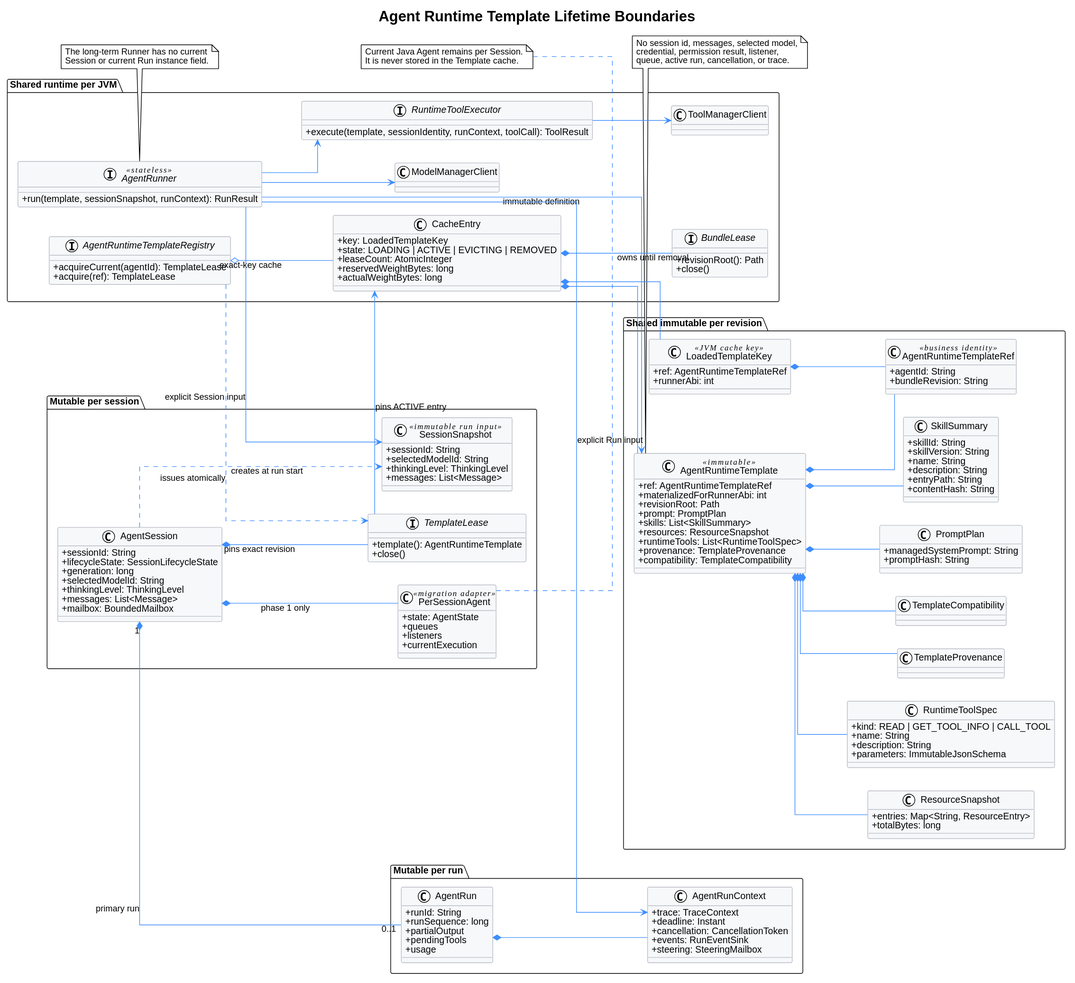
Above: agent-runtime-template/agent_runtime_template_lifetimes.svg in superheromeZzh/pi-mono-java-design (PlantUML), before the change. Its diagram source:
```plantuml
@startuml
!theme plain
left to right direction
skinparam backgroundColor white
skinparam defaultFontName Helvetica
skinparam shadowing false
skinparam linetype ortho
skinparam ArrowColor #3D8DFF
skinparam classBorderColor #B8BCC4
skinparam classBackgroundColor #F7F8FA
skinparam interfaceBorderColor #B8BCC4
skinparam interfaceBackgroundColor #EAF5FB
skinparam classAttributeIconSize 0

title Agent Runtime Template Lifetime Boundaries

package "Shared immutable per revision" as SharedTemplate {
  class AgentRuntimeTemplate <<immutable>> {
    +ref: AgentRuntimeTemplateRef
    +materializedForRunnerAbi: int
    +revisionRoot: Path
    +prompt: PromptPlan
    +skills: List<SkillSummary>
    +resources: ResourceSnapshot
    +runtimeTools: List<RuntimeToolSpec>
    +provenance: TemplateProvenance
    +compatibility: TemplateCompatibility
  }

  class AgentRuntimeTemplateRef <<business identity>> {
    +agentId: String
    +bundleRevision: String
  }

  class LoadedTemplateKey <<JVM cache key>> {
    +ref: AgentRuntimeTemplateRef
    +runnerAbi: int
  }

  class PromptPlan {
    +managedSystemPrompt: String
    +promptHash: String
  }

  class SkillSummary {
    +skillId: String
    +skillVersion: String
    +name: String
    +description: String
    +entryPath: String
    +contentHash: String
  }

  class ResourceSnapshot {
    +entries: Map<String, ResourceEntry>
    +totalBytes: long
  }

  class RuntimeToolSpec {
    +kind: READ | GET_TOOL_INFO | CALL_TOOL
    +name: String
    +description: String
    +parameters: ImmutableJsonSchema
  }

  class TemplateProvenance
  class TemplateCompatibility
}

package "Shared runtime per JVM" as SharedRuntime {
  interface AgentRuntimeTemplateRegistry {
    +acquireCurrent(agentId): TemplateLease
    +acquire(ref): TemplateLease
  }

  class CacheEntry {
    +key: LoadedTemplateKey
    +state: LOADING | ACTIVE | EVICTING | REMOVED
    +leaseCount: AtomicInteger
    +reservedWeightBytes: long
    +actualWeightBytes: long
  }

  interface BundleLease {
    +revisionRoot(): Path
    +close()
  }

  interface AgentRunner <<stateless>> {
    +run(template, sessionSnapshot, runContext): RunResult
  }

  interface RuntimeToolExecutor {
    +execute(template, sessionIdentity, runContext, toolCall): ToolResult
  }

  class ModelManagerClient
  class ToolManagerClient
}

package "Mutable per session" as SessionScope {
  class AgentSession {
    +sessionId: String
    +lifecycleState: SessionLifecycleState
    +generation: long
    +selectedModelId: String
    +thinkingLevel: ThinkingLevel
    +messages: List<Message>
    +mailbox: BoundedMailbox
  }

  class SessionSnapshot <<immutable run input>> {
    +sessionId: String
    +selectedModelId: String
    +thinkingLevel: ThinkingLevel
    +messages: List<Message>
  }

  interface TemplateLease {
    +template(): AgentRuntimeTemplate
    +close()
  }

  class PerSessionAgent <<migration adapter>> {
    +state: AgentState
    +queues
    +listeners
    +currentExecution
  }
}

package "Mutable per run" as RunScope {
  class AgentRun {
    +runId: String
    +runSequence: long
    +partialOutput
    +pendingTools
    +usage
  }

  class AgentRunContext {
    +trace: TraceContext
    +deadline: Instant
    +cancellation: CancellationToken
    +events: RunEventSink
    +steering: SteeringMailbox
  }
}

AgentRuntimeTemplate *-- AgentRuntimeTemplateRef
LoadedTemplateKey *-- AgentRuntimeTemplateRef
AgentRuntimeTemplate *-- PromptPlan
AgentRuntimeTemplate *-- SkillSummary
AgentRuntimeTemplate *-- ResourceSnapshot
AgentRuntimeTemplate *-- RuntimeToolSpec
AgentRuntimeTemplate *-- TemplateProvenance
AgentRuntimeTemplate *-- TemplateCompatibility
AgentRuntimeTemplateRegistry o-- CacheEntry : exact-key cache
CacheEntry *-- LoadedTemplateKey
CacheEntry *-- AgentRuntimeTemplate
CacheEntry *-- BundleLease : owns until removal
AgentRuntimeTemplateRegistry ..> TemplateLease : issues atomically
TemplateLease --> CacheEntry : pins ACTIVE entry
AgentSession *-- TemplateLease : pins exact revision
AgentSession "1" *-- "0..1" AgentRun : primary run
AgentRun *-- AgentRunContext
AgentSession *-- PerSessionAgent : phase 1 only
AgentSession ..> SessionSnapshot : creates at run start
AgentRunner --> AgentRuntimeTemplate : immutable definition
AgentRunner --> SessionSnapshot : explicit Session input
AgentRunner --> AgentRunContext : explicit Run input
AgentRunner --> RuntimeToolExecutor
AgentRunner --> ModelManagerClient
RuntimeToolExecutor --> ToolManagerClient

note bottom of AgentRuntimeTemplate
  No session id, messages, selected model,
  credential, permission result, listener,
  queue, active run, cancellation, or trace.
end note

note bottom of PerSessionAgent
  Current Java Agent remains per Session.
  It is never stored in the Template cache.
end note

note bottom of AgentRunner
  The long-term Runner has no current
  Session or current Run instance field.
end note
@enduml
```
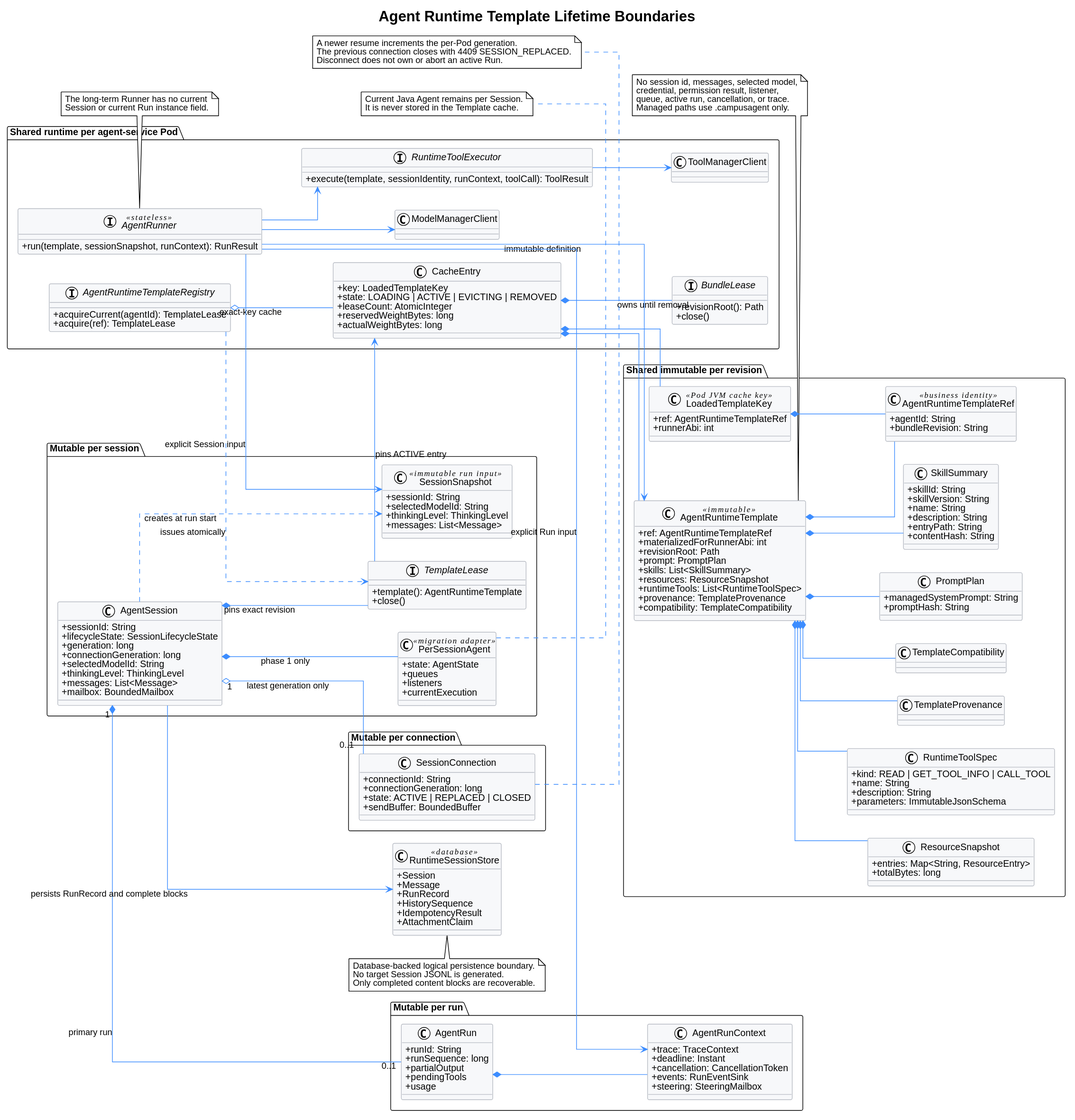
The same file after the commit.

Diff of the diagram source:
```diff
@@ -32,7 +32,7 @@
     +bundleRevision: String
   }
 
-  class LoadedTemplateKey <<JVM cache key>> {
+  class LoadedTemplateKey <<Pod JVM cache key>> {
     +ref: AgentRuntimeTemplateRef
     +runnerAbi: int
   }
@@ -67,7 +67,7 @@
   class TemplateCompatibility
 }
 
-package "Shared runtime per JVM" as SharedRuntime {
+package "Shared runtime per agent-service Pod" as SharedRuntime {
   interface AgentRuntimeTemplateRegistry {
     +acquireCurrent(agentId): TemplateLease
     +acquire(ref): TemplateLease
@@ -103,6 +103,7 @@
     +sessionId: String
     +lifecycleState: SessionLifecycleState
     +generation: long
+    +connectionGeneration: long
     +selectedModelId: String
     +thinkingLevel: ThinkingLevel
     +messages: List<Message>
@@ -129,6 +130,15 @@
   }
 }
 
+package "Mutable per connection" as ConnectionScope {
+  class SessionConnection {
+    +connectionId: String
+    +connectionGeneration: long
+    +state: ACTIVE | REPLACED | CLOSED
+    +sendBuffer: BoundedBuffer
+  }
+}
+
 package "Mutable per run" as RunScope {
   class AgentRun {
     +runId: String
@@ -147,6 +157,15 @@
   }
 }
 
+class RuntimeSessionStore <<database>> {
+  +Session
+  +Message
+  +RunRecord
+  +HistorySequence
+  +IdempotencyResult
+  +AttachmentClaim
+}
+
 AgentRuntimeTemplate *-- AgentRuntimeTemplateRef
 LoadedTemplateKey *-- AgentRuntimeTemplateRef
 AgentRuntimeTemplate *-- PromptPlan
@@ -163,6 +182,7 @@
 TemplateLease --> CacheEntry : pins ACTIVE entry
 AgentSession *-- TemplateLease : pins exact revision
 AgentSession "1" *-- "0..1" AgentRun : primary run
+AgentSession "1" o-- "0..1" SessionConnection : latest generation only
 AgentRun *-- AgentRunContext
 AgentSession *-- PerSessionAgent : phase 1 only
 AgentSession ..> SessionSnapshot : creates at run start
@@ -172,11 +192,13 @@
 AgentRunner --> RuntimeToolExecutor
 AgentRunner --> ModelManagerClient
 RuntimeToolExecutor --> ToolManagerClient
+AgentSession --> RuntimeSessionStore : persists RunRecord and complete blocks
 
 note bottom of AgentRuntimeTemplate
   No session id, messages, selected model,
   credential, permission result, listener,
   queue, active run, cancellation, or trace.
+  Managed paths use .campusagent only.
 end note
 
 note bottom of PerSessionAgent
@@ -188,4 +210,16 @@
   The long-term Runner has no current
   Session or current Run instance field.
 end note
+
+note bottom of SessionConnection
+  A newer resume increments the per-Pod generation.
+  The previous connection closes with 4409 SESSION_REPLACED.
+  Disconnect does not own or abort an active Run.
+end note
+
+note bottom of RuntimeSessionStore
+  Database-backed logical persistence boundary.
+  No target Session JSONL is generated.
+  Only completed content blocks are recoverable.
+end note
 @enduml
```
